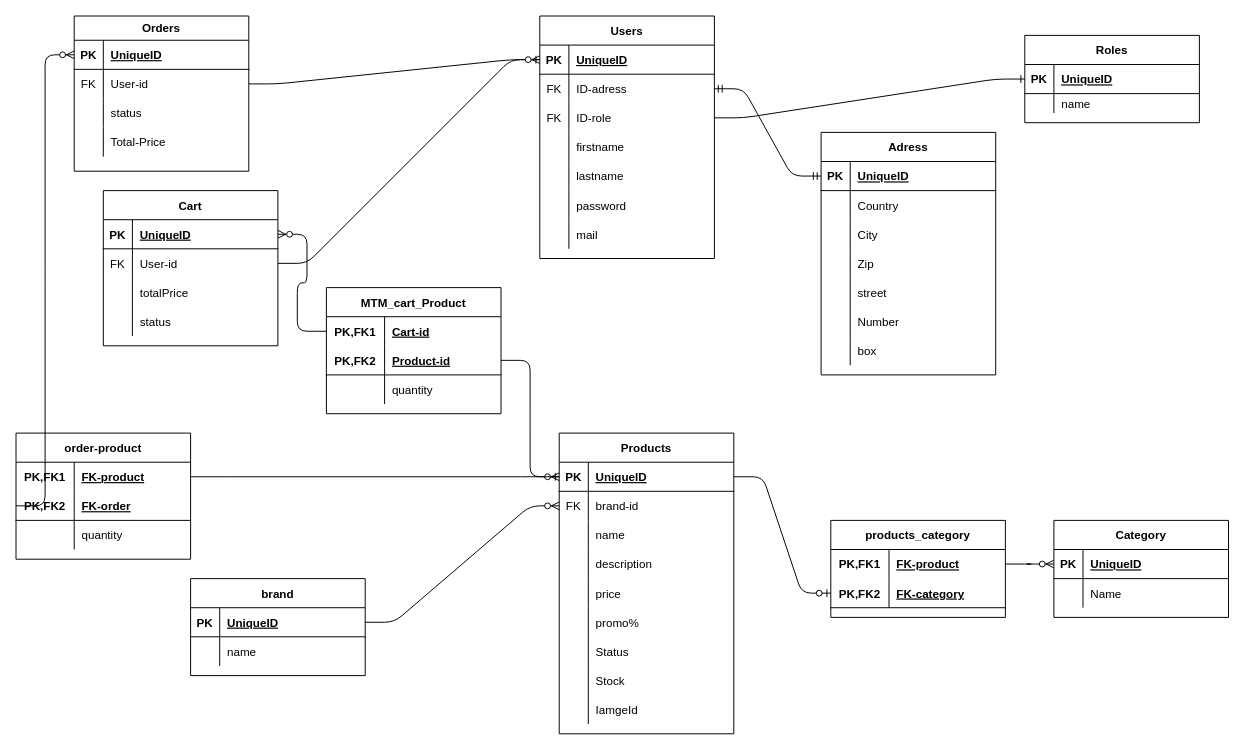
Earlier version of the draw.io diagram schema.drawio (MCSKTLZ/Labo-web-shop). Source tidied: cells renumbered, new cells numbered last; positions are measured from the earlier drawing's top-left corner, leaving out a move shared by most shapes. Both pictures are drawn from the tidied source at 97%, with x=0, y=0 at pixel (16, 16).
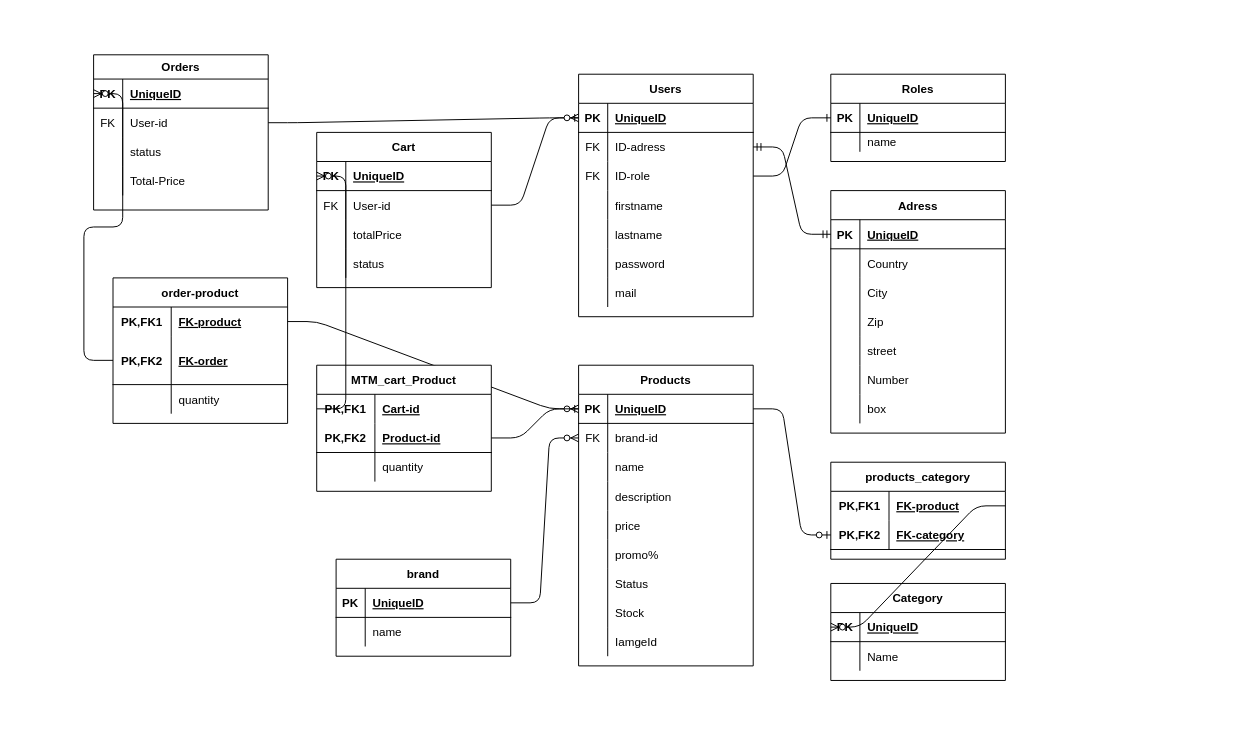
Above is the later version.

Unchanged cells that the change refers to:
```xml
<mxCell id="134" style="shape=partialRectangle;fillColor=none;top=0;left=0;bottom=1;right=0;points=[[0,0.5],[1,0.5]];portConstraint=eastwest;" parent="133" vertex="1">
  <mxGeometry y="30" width="180" height="30" as="geometry" />
</mxCell>
<mxCell id="147" style="shape=partialRectangle;fillColor=none;top=0;left=0;bottom=0;right=0;points=[[0,0.5],[1,0.5]];portConstraint=eastwest;" parent="146" vertex="1">
  <mxGeometry y="30" width="180" height="30" as="geometry" />
</mxCell>
```

What changed in the source:
```diff
@@
     <mxCell id="2" value="Users" style="shape=table;startSize=30;childLayout=tableLayout;rowLines=0;fontStyle=1;align=center;" parent="1" vertex="1">
-      <mxGeometry x="540" width="180" height="250" as="geometry" />
+      <mxGeometry x="580" y="60" width="180" height="250" as="geometry" />
     </mxCell>
@@
     <mxCell id="24" value="Roles" style="shape=table;startSize=30;childLayout=tableLayout;rowLines=0;fontStyle=1;align=center;" parent="1" vertex="1">
-      <mxGeometry x="1040" y="20" width="180" height="90" as="geometry" />
+      <mxGeometry x="840" y="60" width="180" height="90" as="geometry" />
     </mxCell>
@@
     <mxCell id="31" value="Adress" style="shape=table;startSize=30;childLayout=tableLayout;rowLines=0;fontStyle=1;align=center;" parent="1" vertex="1">
-      <mxGeometry x="830" y="120" width="180" height="250" as="geometry" />
+      <mxGeometry x="840" y="180" width="180" height="250" as="geometry" />
     </mxCell>
@@
     <mxCell id="55" value="Products" style="shape=table;startSize=30;childLayout=tableLayout;rowLines=0;fontStyle=1;align=center;" parent="1" vertex="1">
-      <mxGeometry x="560" y="430" width="180" height="310" as="geometry" />
+      <mxGeometry x="580" y="360" width="180" height="310" as="geometry" />
     </mxCell>
@@
     <mxCell id="83" value="Orders" style="shape=table;startSize=25;childLayout=tableLayout;rowLines=0;fontStyle=1;align=center;" parent="1" vertex="1">
-      <mxGeometry x="60" width="180" height="160" as="geometry" />
+      <mxGeometry x="80" y="40" width="180" height="160" as="geometry" />
     </mxCell>
@@
     <mxCell id="96" value="order-product" style="shape=table;startSize=30;childLayout=tableLayout;rowLines=0;fontStyle=1;align=center;" parent="1" vertex="1">
-      <mxGeometry y="430" width="180" height="130" as="geometry" />
+      <mxGeometry x="100" y="270" width="180" height="150" as="geometry" />
     </mxCell>
@@
     <mxCell id="100" style="shape=partialRectangle;fillColor=none;top=0;left=0;bottom=1;right=0;points=[[0,0.5],[1,0.5]];portConstraint=eastwest;" parent="96" vertex="1">
-      <mxGeometry y="60" width="180" height="30" as="geometry" />
+      <mxGeometry y="60" width="180" height="50" as="geometry" />
     </mxCell>
     <mxCell id="101" value="PK,FK2" style="shape=partialRectangle;fillColor=none;top=0;left=0;bottom=0;right=0;fontStyle=1;overflow=hidden;" parent="100" vertex="1">
-      <mxGeometry width="60" height="30" as="geometry" />
+      <mxGeometry width="60" height="50" as="geometry" />
     </mxCell>
     <mxCell id="102" value="FK-order" style="shape=partialRectangle;fillColor=none;top=0;left=0;bottom=0;right=0;align=left;spacingLeft=6;fontStyle=5;overflow=hidden;" parent="100" vertex="1">
-      <mxGeometry x="60" width="120" height="30" as="geometry" />
+      <mxGeometry x="60" width="120" height="50" as="geometry" />
     </mxCell>
     <mxCell id="103" style="shape=partialRectangle;fillColor=none;top=0;left=0;bottom=0;right=0;" parent="96" vertex="1">
-      <mxGeometry y="90" width="180" height="30" as="geometry" />
+      <mxGeometry y="110" width="180" height="30" as="geometry" />
     </mxCell>
@@
     <mxCell id="107" value="Category" style="shape=table;startSize=30;childLayout=tableLayout;rowLines=0;fontStyle=1;align=center;" parent="1" vertex="1">
-      <mxGeometry x="1070" y="520" width="180" height="100" as="geometry" />
+      <mxGeometry x="840" y="585" width="180" height="100" as="geometry" />
     </mxCell>
@@
     <mxCell id="116" value="products_category" style="shape=table;startSize=30;childLayout=tableLayout;rowLines=0;fontStyle=1;align=center;" parent="1" vertex="1">
-      <mxGeometry x="840" y="520" width="180" height="100" as="geometry" />
+      <mxGeometry x="840" y="460" width="180" height="100" as="geometry" />
     </mxCell>
@@
     <mxCell id="125" value="brand" style="shape=table;startSize=30;childLayout=tableLayout;rowLines=0;fontStyle=1;align=center;" parent="1" vertex="1">
-      <mxGeometry x="180" y="580" width="180" height="100" as="geometry" />
+      <mxGeometry x="330" y="560" width="180" height="100" as="geometry" />
     </mxCell>
@@
     <mxCell id="133" value="Cart" style="shape=table;startSize=30;childLayout=tableLayout;rowLines=0;fontStyle=1;align=center;" parent="1" vertex="1">
-      <mxGeometry x="90" y="180" width="180" height="160" as="geometry" />
+      <mxGeometry x="310" y="120" width="180" height="160" as="geometry" />
     </mxCell>
@@
     <mxCell id="146" value="MTM_cart_Product" style="shape=table;startSize=30;childLayout=tableLayout;rowLines=0;fontStyle=1;align=center;" parent="1" vertex="1">
-      <mxGeometry x="320" y="280" width="180" height="130" as="geometry" />
+      <mxGeometry x="310" y="360" width="180" height="130" as="geometry" />
     </mxCell>
@@
-    <mxCell id="156" style="edgeStyle=entityRelationEdgeStyle;fontSize=12;html=1;endArrow=ERzeroToMany;endFill=1;entryX=1;entryY=0.5;entryDx=0;entryDy=0;exitX=0;exitY=0.5;exitDx=0;exitDy=0;" parent="1" edge="1" source="147" target="134">
+    <mxCell id="156" style="edgeStyle=entityRelationEdgeStyle;fontSize=12;html=1;endArrow=ERzeroToMany;endFill=1;entryX=0;entryY=0.5;entryDx=0;entryDy=0;exitX=0;exitY=0.5;exitDx=0;exitDy=0;" parent="1" edge="1" source="147" target="134">
       <mxGeometry relative="1" as="geometry" />
     </mxCell>
```
